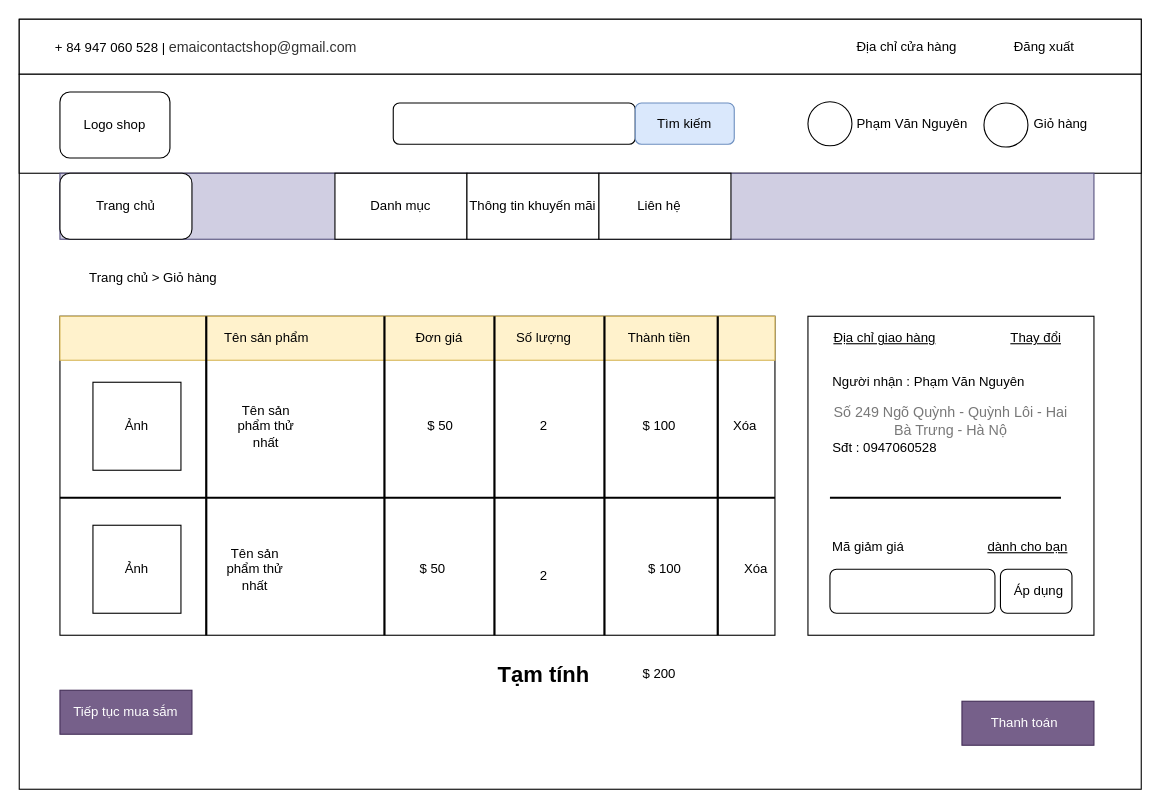
Above: mockup-fe/cart-mockup.drawio in nguyenphamvan/datn_20202 (draw.io), before the change. Source tidied: cells renumbered, new cells numbered last; positions are measured from the earlier drawing's top-left corner, leaving out a move shared by most shapes. Both pictures are drawn from the tidied source at 110%, with x=0, y=0 at pixel (19, 19).
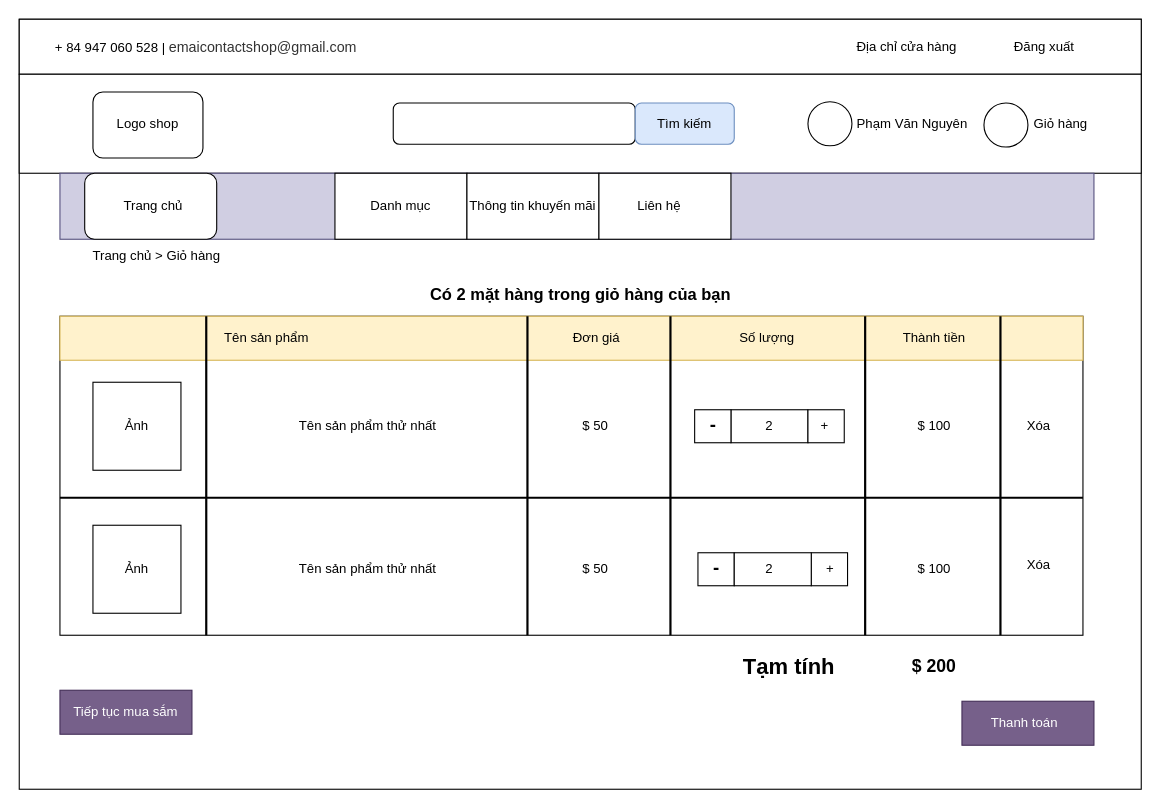
After the change.

What changed in the source:
```diff
@@
     <mxCell id="8" style="rounded=1;whiteSpace=wrap;html=1;shadow=0;glass=0;" parent="1" vertex="1">
-      <mxGeometry x="37" y="66.2" width="100" height="60" as="geometry" />
+      <mxGeometry x="67" y="66.2" width="100" height="60" as="geometry" />
     </mxCell>
     <mxCell id="9" value="Logo shop" style="text;html=1;strokeColor=none;fillColor=none;align=center;verticalAlign=middle;whiteSpace=wrap;rounded=0;shadow=0;glass=0;" parent="1" vertex="1">
-      <mxGeometry x="57" y="86.2" width="60" height="20" as="geometry" />
+      <mxGeometry x="87" y="85" width="60" height="20" as="geometry" />
     </mxCell>
@@
     <mxCell id="18" style="rounded=1;whiteSpace=wrap;html=1;shadow=0;glass=0;" parent="1" vertex="1">
-      <mxGeometry x="37" y="140" width="120" height="60" as="geometry" />
+      <mxGeometry x="59.5" y="140" width="120" height="60" as="geometry" />
     </mxCell>
     <mxCell id="19" value="Trang chủ" style="text;html=1;strokeColor=none;fillColor=none;align=center;verticalAlign=middle;whiteSpace=wrap;rounded=0;shadow=0;glass=0;" parent="1" vertex="1">
-      <mxGeometry x="47" y="160" width="100" height="20" as="geometry" />
+      <mxGeometry x="72" y="160" width="100" height="20" as="geometry" />
     </mxCell>
@@
     <mxCell id="26" value="Trang chủ &amp;gt; Giỏ hàng" style="text;html=1;strokeColor=none;fillColor=none;align=center;verticalAlign=middle;whiteSpace=wrap;rounded=0;" parent="1" vertex="1">
-      <mxGeometry x="57" y="220" width="130" height="30" as="geometry" />
+      <mxGeometry x="59.5" y="200" width="130" height="30" as="geometry" />
     </mxCell>
     <mxCell id="27" style="rounded=0;whiteSpace=wrap;html=1;" parent="1" vertex="1">
-      <mxGeometry x="37" y="270" width="650" height="290" as="geometry" />
+      <mxGeometry x="37" y="270" width="930" height="290" as="geometry" />
     </mxCell>
     <mxCell id="28" style="rounded=0;whiteSpace=wrap;html=1;fillColor=#fff2cc;strokeColor=#d6b656;" parent="1" vertex="1">
-      <mxGeometry x="37" y="270" width="650" height="40" as="geometry" />
+      <mxGeometry x="37" y="270" width="930" height="40" as="geometry" />
     </mxCell>
@@
     <mxCell id="30" style="line;strokeWidth=2;direction=south;html=1;" parent="1" vertex="1">
-      <mxGeometry x="327" y="270" width="10" height="290" as="geometry" />
+      <mxGeometry x="457" y="270" width="10" height="290" as="geometry" />
     </mxCell>
     <mxCell id="31" style="line;strokeWidth=2;direction=south;html=1;" parent="1" vertex="1">
-      <mxGeometry x="427" y="270" width="10" height="290" as="geometry" />
+      <mxGeometry x="587" y="270" width="10" height="290" as="geometry" />
     </mxCell>
     <mxCell id="32" style="line;strokeWidth=2;direction=south;html=1;" parent="1" vertex="1">
-      <mxGeometry x="527" y="270" width="10" height="290" as="geometry" />
+      <mxGeometry x="764" y="270" width="10" height="290" as="geometry" />
     </mxCell>
     <mxCell id="33" style="line;strokeWidth=2;direction=south;html=1;" parent="1" vertex="1">
-      <mxGeometry x="630" y="270" width="10" height="290" as="geometry" />
+      <mxGeometry x="887" y="270" width="10" height="290" as="geometry" />
     </mxCell>
@@
     <mxCell id="35" value="Đơn giá" style="text;html=1;strokeColor=none;fillColor=none;align=center;verticalAlign=middle;whiteSpace=wrap;rounded=0;" parent="1" vertex="1">
-      <mxGeometry x="347" y="280" width="70" height="20" as="geometry" />
+      <mxGeometry x="490" y="280" width="70" height="20" as="geometry" />
     </mxCell>
     <mxCell id="36" value="Số lượng" style="text;html=1;strokeColor=none;fillColor=none;align=center;verticalAlign=middle;whiteSpace=wrap;rounded=0;" parent="1" vertex="1">
-      <mxGeometry x="437" y="280" width="80" height="20" as="geometry" />
+      <mxGeometry x="640" y="280" width="80" height="20" as="geometry" />
     </mxCell>
     <mxCell id="37" value="Thành tiền" style="text;html=1;strokeColor=none;fillColor=none;align=center;verticalAlign=middle;whiteSpace=wrap;rounded=0;" parent="1" vertex="1">
-      <mxGeometry x="537" y="280" width="90" height="20" as="geometry" />
+      <mxGeometry x="787" y="280" width="90" height="20" as="geometry" />
     </mxCell>
     <mxCell id="38" style="line;strokeWidth=2;html=1;" parent="1" vertex="1">
-      <mxGeometry x="37" y="430" width="650" height="10" as="geometry" />
+      <mxGeometry x="37" y="430" width="930" height="10" as="geometry" />
     </mxCell>
@@
     <mxCell id="40" value="Tên sản phẩm thử nhất" style="text;html=1;strokeColor=none;fillColor=none;align=center;verticalAlign=middle;whiteSpace=wrap;rounded=0;" parent="1" vertex="1">
-      <mxGeometry x="187" y="350" width="75" height="40" as="geometry" />
+      <mxGeometry x="207" y="350" width="220" height="40" as="geometry" />
     </mxCell>
     <mxCell id="41" value="$ 50" style="text;html=1;strokeColor=none;fillColor=none;align=center;verticalAlign=middle;whiteSpace=wrap;rounded=0;" parent="1" vertex="1">
-      <mxGeometry x="347" y="360" width="72" height="20" as="geometry" />
+      <mxGeometry x="488" y="360" width="72" height="20" as="geometry" />
     </mxCell>
-    <mxCell id="42" value="2" style="text;html=1;strokeColor=none;fillColor=none;align=center;verticalAlign=middle;whiteSpace=wrap;rounded=0;" parent="1" vertex="1">
-      <mxGeometry x="457" y="360" width="40" height="20" as="geometry" />
-    </mxCell>
     <mxCell id="43" value="$ 100" style="text;html=1;strokeColor=none;fillColor=none;align=center;verticalAlign=middle;whiteSpace=wrap;rounded=0;" parent="1" vertex="1">
-      <mxGeometry x="542" y="360" width="80" height="20" as="geometry" />
+      <mxGeometry x="792" y="360" width="80" height="20" as="geometry" />
     </mxCell>
     <mxCell id="44" value="Xóa" style="text;html=1;strokeColor=none;fillColor=none;align=center;verticalAlign=middle;whiteSpace=wrap;rounded=0;" parent="1" vertex="1">
-      <mxGeometry x="640" y="360" width="40" height="20" as="geometry" />
+      <mxGeometry x="907" y="360" width="40" height="20" as="geometry" />
     </mxCell>
@@
     <mxCell id="46" value="Tên sản phẩm thử nhất" style="text;html=1;strokeColor=none;fillColor=none;align=center;verticalAlign=middle;whiteSpace=wrap;rounded=0;" parent="1" vertex="1">
-      <mxGeometry x="187" y="480" width="55" height="40" as="geometry" />
+      <mxGeometry x="207" y="480" width="220" height="40" as="geometry" />
     </mxCell>
     <mxCell id="47" value="$ 50" style="text;html=1;strokeColor=none;fillColor=none;align=center;verticalAlign=middle;whiteSpace=wrap;rounded=0;" parent="1" vertex="1">
-      <mxGeometry x="340" y="490" width="72" height="20" as="geometry" />
+      <mxGeometry x="488" y="490" width="72" height="20" as="geometry" />
     </mxCell>
-    <mxCell id="48" value="2" style="text;html=1;strokeColor=none;fillColor=none;align=center;verticalAlign=middle;whiteSpace=wrap;rounded=0;" parent="1" vertex="1">
-      <mxGeometry x="457" y="496" width="40" height="20" as="geometry" />
-    </mxCell>
     <mxCell id="49" value="$ 100" style="text;html=1;strokeColor=none;fillColor=none;align=center;verticalAlign=middle;whiteSpace=wrap;rounded=0;" parent="1" vertex="1">
-      <mxGeometry x="547" y="490" width="80" height="20" as="geometry" />
+      <mxGeometry x="792" y="490" width="80" height="20" as="geometry" />
     </mxCell>
     <mxCell id="50" value="Xóa" style="text;html=1;strokeColor=none;fillColor=none;align=center;verticalAlign=middle;whiteSpace=wrap;rounded=0;" parent="1" vertex="1">
-      <mxGeometry x="650" y="490" width="40" height="20" as="geometry" />
+      <mxGeometry x="907" y="486" width="40" height="20" as="geometry" />
     </mxCell>
@@
     <mxCell id="53" value="&lt;font style=&quot;font-size: 20px&quot;&gt;&lt;b&gt;Tạm tính&lt;/b&gt;&lt;/font&gt;" style="text;html=1;strokeColor=none;fillColor=none;align=center;verticalAlign=middle;whiteSpace=wrap;rounded=0;" parent="1" vertex="1">
-      <mxGeometry x="417" y="570" width="120" height="50" as="geometry" />
+      <mxGeometry x="640" y="562.5" width="120" height="50" as="geometry" />
     </mxCell>
-    <mxCell id="54" value="$ 200" style="text;html=1;strokeColor=none;fillColor=none;align=center;verticalAlign=middle;whiteSpace=wrap;rounded=0;" parent="1" vertex="1">
-      <mxGeometry x="547" y="585" width="70" height="20" as="geometry" />
+    <mxCell id="54" value="&lt;b&gt;&lt;font style=&quot;font-size: 16px&quot;&gt;$ 200&lt;/font&gt;&lt;/b&gt;" style="text;html=1;strokeColor=none;fillColor=none;align=center;verticalAlign=middle;whiteSpace=wrap;rounded=0;" parent="1" vertex="1">
+      <mxGeometry x="797" y="570" width="70" height="35" as="geometry" />
     </mxCell>
@@
-    <mxCell id="59" style="rounded=0;whiteSpace=wrap;html=1;fontColor=#FFFFFF;" parent="1" vertex="1">
-      <mxGeometry x="717" y="270" width="260" height="290" as="geometry" />
-    </mxCell>
-    <mxCell id="60" value="Địa chỉ giao hàng" style="text;html=1;strokeColor=none;fillColor=none;align=center;verticalAlign=middle;whiteSpace=wrap;rounded=0;fontStyle=4;" parent="1" vertex="1">
-      <mxGeometry x="737" y="280" width="100" height="20" as="geometry" />
-    </mxCell>
-    <mxCell id="61" value="Thay đổi" style="text;html=1;strokeColor=none;fillColor=none;align=center;verticalAlign=middle;whiteSpace=wrap;rounded=0;fontStyle=4;" parent="1" vertex="1">
-      <mxGeometry x="897" y="280" width="55" height="20" as="geometry" />
-    </mxCell>
-    <mxCell id="62" value="&lt;span style=&quot;color: rgb(120 , 120 , 120) ; font-family: &amp;#34;poppins&amp;#34; , sans-serif ; font-size: 13px ; text-align: left ; background-color: rgb(255 , 255 , 255)&quot;&gt;Số 249 Ngõ Quỳnh - Quỳnh Lôi - Hai Bà Trưng - Hà Nộ&lt;/span&gt;" style="text;html=1;strokeColor=none;fillColor=none;align=center;verticalAlign=middle;whiteSpace=wrap;rounded=0;fontColor=#000000;" parent="1" vertex="1">
-      <mxGeometry x="737" y="350" width="220" height="30" as="geometry" />
-    </mxCell>
-    <mxCell id="63" value="Người nhận : Phạm Văn Nguyên" style="text;html=1;strokeColor=none;fillColor=none;align=center;verticalAlign=middle;whiteSpace=wrap;rounded=0;fontColor=#000000;" parent="1" vertex="1">
-      <mxGeometry x="737" y="320" width="180" height="20" as="geometry" />
-    </mxCell>
-    <mxCell id="64" value="Sđt : 0947060528" style="text;html=1;strokeColor=none;fillColor=none;align=center;verticalAlign=middle;whiteSpace=wrap;rounded=0;fontColor=#000000;" parent="1" vertex="1">
-      <mxGeometry x="737" y="380" width="100" height="20" as="geometry" />
-    </mxCell>
-    <mxCell id="65" value="Mã giảm giá" style="text;html=1;strokeColor=none;fillColor=none;align=center;verticalAlign=middle;whiteSpace=wrap;rounded=0;fontColor=#000000;" parent="1" vertex="1">
-      <mxGeometry x="737" y="470" width="70" height="20" as="geometry" />
-    </mxCell>
-    <mxCell id="66" style="rounded=1;whiteSpace=wrap;html=1;fontColor=#000000;" parent="1" vertex="1">
-      <mxGeometry x="737" y="500" width="150" height="40" as="geometry" />
-    </mxCell>
-    <mxCell id="67" style="rounded=1;whiteSpace=wrap;html=1;fontColor=#000000;" parent="1" vertex="1">
-      <mxGeometry x="892" y="500" width="65" height="40" as="geometry" />
-    </mxCell>
-    <mxCell id="68" value="Áp dụng" style="text;html=1;strokeColor=none;fillColor=none;align=center;verticalAlign=middle;whiteSpace=wrap;rounded=0;fontColor=#000000;" parent="1" vertex="1">
-      <mxGeometry x="897" y="510" width="60" height="20" as="geometry" />
-    </mxCell>
-    <mxCell id="69" value="dành cho bạn" style="text;html=1;strokeColor=none;fillColor=none;align=center;verticalAlign=middle;whiteSpace=wrap;rounded=0;fontColor=#000000;fontStyle=4;" parent="1" vertex="1">
-      <mxGeometry x="877" y="470" width="80" height="20" as="geometry" />
-    </mxCell>
-    <mxCell id="70" style="line;strokeWidth=2;html=1;fontColor=#000000;" parent="1" vertex="1">
-      <mxGeometry x="737" y="430" width="210" height="10" as="geometry" />
-    </mxCell>
+    <mxCell id="71" style="rounded=0;whiteSpace=wrap;html=1;" parent="1" vertex="1">
+      <mxGeometry x="647" y="355" width="70" height="30" as="geometry" />
+    </mxCell>
+    <mxCell id="72" style="rounded=0;whiteSpace=wrap;html=1;" parent="1" vertex="1">
+      <mxGeometry x="717" y="355" width="33" height="30" as="geometry" />
+    </mxCell>
+    <mxCell id="73" style="rounded=0;whiteSpace=wrap;html=1;" parent="1" vertex="1">
+      <mxGeometry x="614" y="355" width="33" height="30" as="geometry" />
+    </mxCell>
+    <mxCell id="74" value="2" style="text;html=1;strokeColor=none;fillColor=none;align=center;verticalAlign=middle;whiteSpace=wrap;rounded=0;" parent="1" vertex="1">
+      <mxGeometry x="662" y="360" width="40" height="20" as="geometry" />
+    </mxCell>
+    <mxCell id="75" style="rounded=0;whiteSpace=wrap;html=1;" parent="1" vertex="1">
+      <mxGeometry x="720" y="485" width="33" height="30" as="geometry" />
+    </mxCell>
+    <mxCell id="76" style="rounded=0;whiteSpace=wrap;html=1;" parent="1" vertex="1">
+      <mxGeometry x="617" y="485" width="33" height="30" as="geometry" />
+    </mxCell>
+    <mxCell id="77" style="rounded=0;whiteSpace=wrap;html=1;" parent="1" vertex="1">
+      <mxGeometry x="650" y="485" width="70" height="30" as="geometry" />
+    </mxCell>
+    <mxCell id="78" value="2" style="text;html=1;strokeColor=none;fillColor=none;align=center;verticalAlign=middle;whiteSpace=wrap;rounded=0;" parent="1" vertex="1">
+      <mxGeometry x="662" y="490" width="40" height="20" as="geometry" />
+    </mxCell>
+    <mxCell id="79" value="&lt;b&gt;&lt;font style=&quot;font-size: 17px&quot;&gt;-&lt;/font&gt;&lt;/b&gt;" style="text;html=1;strokeColor=none;fillColor=none;align=center;verticalAlign=middle;whiteSpace=wrap;rounded=0;" parent="1" vertex="1">
+      <mxGeometry x="613.5" y="365" width="33.5" height="10" as="geometry" />
+    </mxCell>
+    <mxCell id="80" value="+" style="text;html=1;strokeColor=none;fillColor=none;align=center;verticalAlign=middle;whiteSpace=wrap;rounded=0;" parent="1" vertex="1">
+      <mxGeometry x="716.5" y="360" width="30.5" height="20" as="geometry" />
+    </mxCell>
+    <mxCell id="81" value="&lt;b&gt;&lt;font style=&quot;font-size: 17px&quot;&gt;-&lt;/font&gt;&lt;/b&gt;" style="text;html=1;strokeColor=none;fillColor=none;align=center;verticalAlign=middle;whiteSpace=wrap;rounded=0;" parent="1" vertex="1">
+      <mxGeometry x="616.5" y="495" width="33.5" height="10" as="geometry" />
+    </mxCell>
+    <mxCell id="82" value="+" style="text;html=1;strokeColor=none;fillColor=none;align=center;verticalAlign=middle;whiteSpace=wrap;rounded=0;" parent="1" vertex="1">
+      <mxGeometry x="721.8" y="490" width="30.5" height="20" as="geometry" />
+    </mxCell>
+    <mxCell id="83" value="&lt;font size=&quot;1&quot;&gt;&lt;b style=&quot;font-size: 15px&quot;&gt;Có 2 mặt hàng trong giỏ hàng của bạn&lt;/b&gt;&lt;/font&gt;" style="text;html=1;strokeColor=none;fillColor=none;align=center;verticalAlign=middle;whiteSpace=wrap;rounded=0;" parent="1" vertex="1">
+      <mxGeometry x="297" y="230" width="427" height="40" as="geometry" />
+    </mxCell>
```
